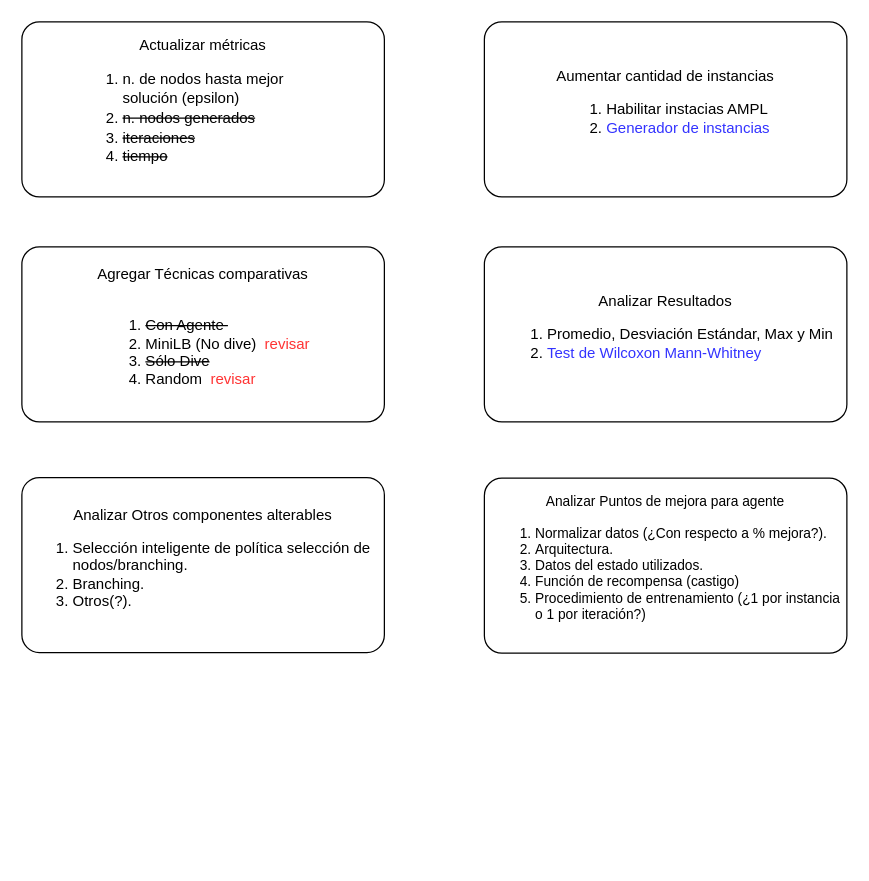
Earlier version of the draw.io diagram page "Tareas pendientes y futuras" (3 of 3) of Doctorado/Tesis.drawio (acetoacetato/diagramas). Source tidied: cells renumbered, new cells numbered last; positions are measured from the earlier drawing's top-left corner, leaving out a move shared by most shapes. Both pictures are drawn from the tidied source at 125%, with x=0, y=0 at pixel (21, 21).
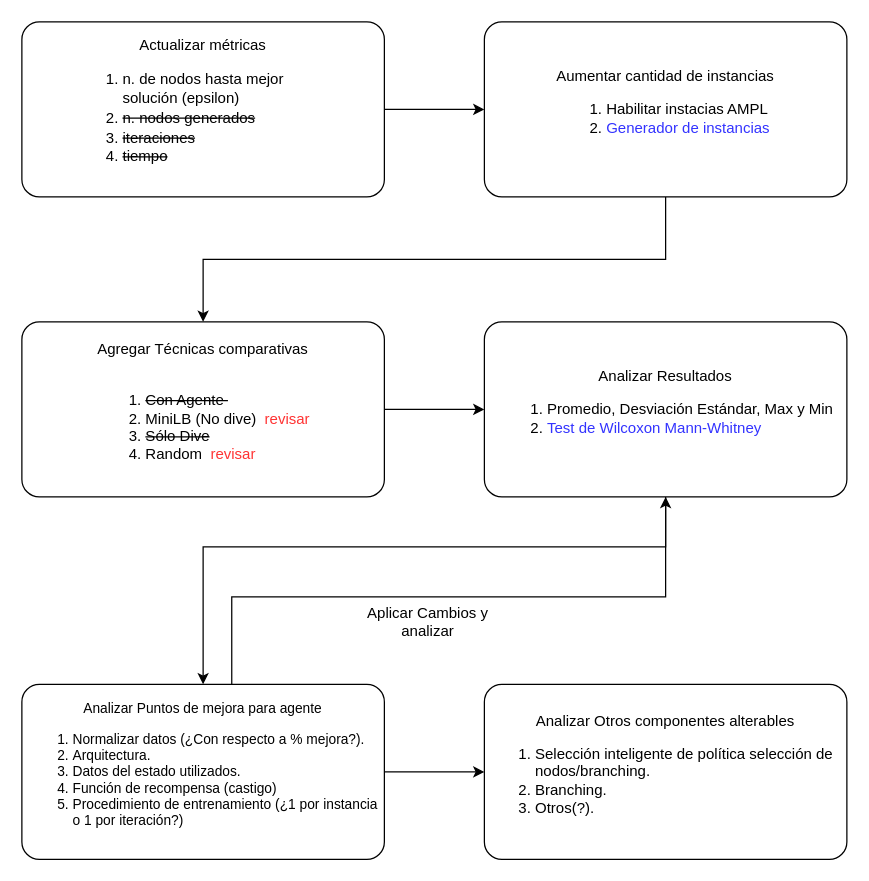
Above is the later version.

Commit message:
Agregada guía para camino de pendientes

Diff of the diagram source:
```diff
@@
 <mxGraphModel>
   <root>
     <mxCell id="0" />
     <mxCell id="1" parent="0" />
+    <mxCell id="8" style="edgeStyle=orthogonalEdgeStyle;rounded=0;jettySize=auto;html=1;exitX=1;exitY=0.5;exitDx=0;exitDy=0;entryX=0;entryY=0.5;entryDx=0;entryDy=0;" parent="1" edge="1" source="2" target="4">
+      <mxGeometry relative="1" as="geometry" />
+    </mxCell>
     <mxCell id="2" value="&lt;div&gt;Actualizar métricas&lt;/div&gt;&lt;blockquote&gt;&lt;div align=&quot;left&quot;&gt;&lt;ol style=&quot;line-height: 130%&quot;&gt;&lt;li&gt;n. de nodos hasta mejor solución (epsilon)&lt;/li&gt;&lt;li&gt;&lt;strike&gt;n. nodos generados&lt;/strike&gt;&lt;/li&gt;&lt;li&gt;&lt;strike&gt;iteraciones&lt;/strike&gt;&lt;/li&gt;&lt;li&gt;&lt;strike&gt;tiempo&lt;/strike&gt;&lt;/li&gt;&lt;/ol&gt;&lt;/div&gt;&lt;/blockquote&gt;" style="rounded=1;whiteSpace=wrap;html=1;arcSize=10;" parent="1" vertex="1">
       <mxGeometry width="290" height="140" as="geometry" />
     </mxCell>
+    <mxCell id="9" style="edgeStyle=orthogonalEdgeStyle;rounded=0;jettySize=auto;html=1;exitX=1;exitY=0.5;exitDx=0;exitDy=0;entryX=0;entryY=0.5;entryDx=0;entryDy=0;" parent="1" edge="1" source="3" target="5">
+      <mxGeometry relative="1" as="geometry" />
+    </mxCell>
     <mxCell id="3" value="&lt;div&gt;Agregar Técnicas comparativas&lt;/div&gt;&lt;div&gt;&lt;br&gt;&lt;/div&gt;&lt;div align=&quot;left&quot;&gt;&lt;ol&gt;&lt;li&gt;&lt;strike&gt;Con Agente&amp;nbsp; &lt;/strike&gt;&lt;br&gt;&lt;/li&gt;&lt;li&gt;MiniLB (No dive)&amp;nbsp; &lt;font color=&quot;#FF3333&quot;&gt;revisar&lt;/font&gt;&lt;br&gt;&lt;/li&gt;&lt;li&gt;&lt;strike&gt;Sólo Dive&lt;/strike&gt;&lt;/li&gt;&lt;li&gt;Random&amp;nbsp; &lt;font color=&quot;#FF3333&quot;&gt;revisar&lt;/font&gt;&lt;/li&gt;&lt;/ol&gt;&lt;/div&gt;" style="rounded=1;whiteSpace=wrap;html=1;arcSize=10;" parent="1" vertex="1">
-      <mxGeometry y="180" width="290" height="140" as="geometry" />
+      <mxGeometry y="240" width="290" height="140" as="geometry" />
     </mxCell>
+    <mxCell id="10" style="edgeStyle=orthogonalEdgeStyle;rounded=0;jettySize=auto;html=1;exitX=0.5;exitY=1;exitDx=0;exitDy=0;entryX=0.5;entryY=0;entryDx=0;entryDy=0;" parent="1" edge="1" source="4" target="3">
+      <mxGeometry relative="1" as="geometry" />
+    </mxCell>
     <mxCell id="4" value="&lt;div&gt;Aumentar cantidad de instancias&lt;br&gt;&lt;/div&gt;&lt;div align=&quot;left&quot;&gt;&lt;ol&gt;&lt;li&gt;Habilitar instacias AMPL&lt;/li&gt;&lt;li&gt;&lt;font color=&quot;#3333FF&quot;&gt;Generador de instancias&lt;/font&gt;&lt;br&gt;&lt;/li&gt;&lt;/ol&gt;&lt;/div&gt;" style="rounded=1;whiteSpace=wrap;html=1;arcSize=10;" parent="1" vertex="1">
       <mxGeometry x="370" width="290" height="140" as="geometry" />
     </mxCell>
+    <mxCell id="11" style="edgeStyle=orthogonalEdgeStyle;rounded=0;jettySize=auto;html=1;exitX=0.5;exitY=1;exitDx=0;exitDy=0;" parent="1" edge="1" source="5" target="7">
+      <mxGeometry relative="1" as="geometry">
+        <Array as="points">
+          <mxPoint x="515" y="420" />
+          <mxPoint x="145" y="420" />
+        </Array>
+      </mxGeometry>
+    </mxCell>
     <mxCell id="5" value="&lt;div&gt;Analizar Resultados&lt;br&gt;&lt;/div&gt;&lt;div align=&quot;left&quot;&gt;&lt;ol&gt;&lt;li&gt;Promedio, Desviación Estándar, Max y Min&lt;/li&gt;&lt;li&gt;&lt;font color=&quot;#3333FF&quot;&gt;Test de Wilcoxon Mann-Whitney&lt;/font&gt;&lt;/li&gt;&lt;/ol&gt;&lt;/div&gt;" style="rounded=1;whiteSpace=wrap;html=1;arcSize=10;" parent="1" vertex="1">
-      <mxGeometry x="370" y="180" width="290" height="140" as="geometry" />
+      <mxGeometry x="370" y="240" width="290" height="140" as="geometry" />
     </mxCell>
     <mxCell id="6" value="&lt;div&gt;Analizar Otros componentes alterables&lt;br&gt;&lt;/div&gt;&lt;div align=&quot;left&quot;&gt;&lt;ol&gt;&lt;li&gt;Selección inteligente de política selección de nodos/branching.&lt;/li&gt;&lt;li&gt;Branching.&lt;/li&gt;&lt;li&gt;Otros(?).&lt;br&gt;&lt;/li&gt;&lt;/ol&gt;&lt;/div&gt;" style="rounded=1;whiteSpace=wrap;html=1;arcSize=10;" parent="1" vertex="1">
-      <mxGeometry y="364.5" width="290" height="140" as="geometry" />
+      <mxGeometry x="370" y="530" width="290" height="140" as="geometry" />
     </mxCell>
+    <mxCell id="12" style="edgeStyle=orthogonalEdgeStyle;rounded=0;jettySize=auto;html=1;exitX=0.579;exitY=0.007;exitDx=0;exitDy=0;exitPerimeter=0;" parent="1" edge="1" source="7" target="5">
+      <mxGeometry relative="1" as="geometry">
+        <Array as="points">
+          <mxPoint x="168" y="460" />
+          <mxPoint x="515" y="460" />
+        </Array>
+      </mxGeometry>
+    </mxCell>
+    <mxCell id="13" style="edgeStyle=orthogonalEdgeStyle;rounded=0;jettySize=auto;html=1;entryX=0;entryY=0.5;entryDx=0;entryDy=0;" parent="1" edge="1" source="7" target="6">
+      <mxGeometry relative="1" as="geometry" />
+    </mxCell>
     <mxCell id="7" value="&lt;div style=&quot;font-size: 11px&quot;&gt;&lt;font style=&quot;font-size: 11px&quot;&gt;Analizar Puntos de mejora para agente&lt;/font&gt;&lt;/div&gt;&lt;div style=&quot;font-size: 11px&quot; align=&quot;left&quot;&gt;&lt;ol&gt;&lt;li&gt;&lt;font style=&quot;font-size: 11px&quot;&gt;Normalizar datos (¿Con respecto a % mejora?).&lt;br&gt;&lt;/font&gt;&lt;/li&gt;&lt;li&gt;&lt;font style=&quot;font-size: 11px&quot;&gt;Arquitectura.&lt;/font&gt;&lt;/li&gt;&lt;li&gt;&lt;font style=&quot;font-size: 11px&quot;&gt;Datos del estado utilizados.&lt;br&gt;&lt;/font&gt;&lt;/li&gt;&lt;li&gt;&lt;font style=&quot;font-size: 11px&quot;&gt;Función de recompensa (castigo)&lt;/font&gt;&lt;/li&gt;&lt;li&gt;&lt;font style=&quot;font-size: 11px&quot;&gt;Procedimiento de entrenamiento (¿1 por instancia o 1 por iteración?)&lt;/font&gt;&lt;/li&gt;&lt;/ol&gt;&lt;/div&gt;" style="rounded=1;whiteSpace=wrap;html=1;arcSize=10;" parent="1" vertex="1">
-      <mxGeometry x="370" y="365" width="290" height="140" as="geometry" />
+      <mxGeometry y="530" width="290" height="140" as="geometry" />
     </mxCell>
+    <mxCell id="14" value="Aplicar Cambios y analizar" style="text;html=1;strokeColor=none;fillColor=none;align=center;verticalAlign=middle;whiteSpace=wrap;rounded=0;" parent="1" vertex="1">
+      <mxGeometry x="270" y="470" width="110" height="20" as="geometry" />
+    </mxCell>
   </root>
 </mxGraphModel>
```
